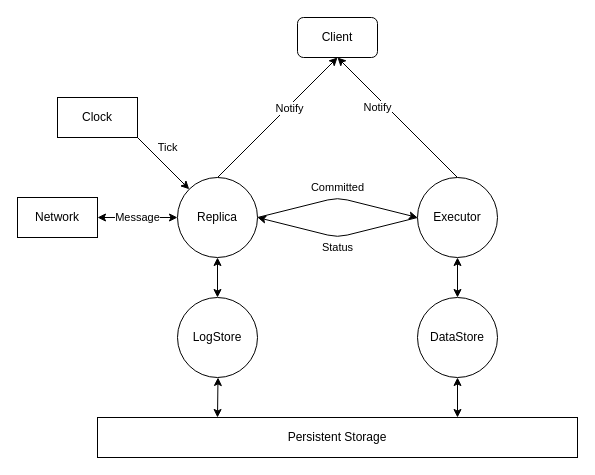
The draw.io diagram docs/architecture/architecture.drawio in Nugine/epkv, before the edit. Source tidied: cells renumbered, new cells numbered last; positions are measured from the earlier drawing's top-left corner, leaving out a move shared by most shapes. Both pictures are drawn from the tidied source at 100%, with x=0, y=0 at pixel (17, 17).
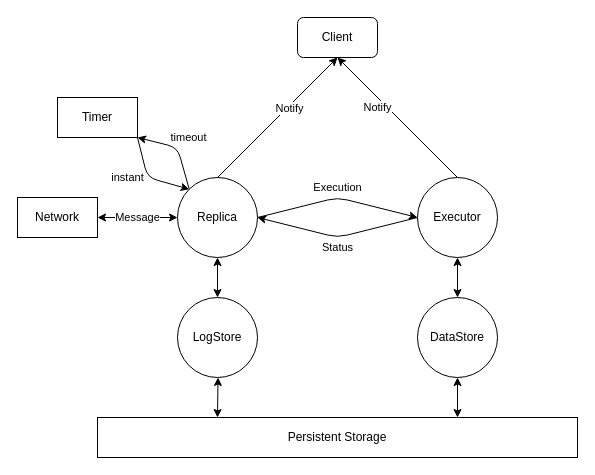
Above is the later version.

Unchanged cells that the change refers to:
```xml
<mxCell id="11" value="Replica" style="ellipse;whiteSpace=wrap;html=1;" parent="1" vertex="1">
  <mxGeometry x="160" y="160" width="80" height="80" as="geometry" />
</mxCell>
<mxCell id="15" value="Executor" style="ellipse;whiteSpace=wrap;html=1;" parent="1" vertex="1">
  <mxGeometry x="400" y="160" width="80" height="80" as="geometry" />
</mxCell>
```

Diff of the diagram source:
```diff
@@
-    <mxCell id="9" value="Committed" style="edgeStyle=none;html=1;exitX=1;exitY=0.5;exitDx=0;exitDy=0;startArrow=none;startFill=0;entryX=0;entryY=0.5;entryDx=0;entryDy=0;" parent="1" edge="1" source="11" target="15">
+    <mxCell id="9" value="Execution" style="edgeStyle=none;html=1;exitX=1;exitY=0.5;exitDx=0;exitDy=0;startArrow=none;startFill=0;entryX=0;entryY=0.5;entryDx=0;entryDy=0;" parent="1" edge="1" source="11" target="15">
       <mxGeometry y="10" relative="1" as="geometry">
         <Array as="points">
           <mxPoint x="320" y="180" />
         </Array>
         <mxPoint x="-2" as="offset" />
       </mxGeometry>
     </mxCell>
@@
+    <mxCell id="20" value="timeout" style="edgeStyle=none;html=1;exitX=0;exitY=0;exitDx=0;exitDy=0;entryX=1;entryY=1;entryDx=0;entryDy=0;" parent="1" edge="1" source="11" target="19">
+      <mxGeometry x="0.02" y="-14" relative="1" as="geometry">
+        <Array as="points">
+          <mxPoint x="160" y="130" />
+        </Array>
+        <mxPoint x="7" y="4" as="offset" />
+      </mxGeometry>
+    </mxCell>
@@
-    <mxCell id="16" value="Tick" style="edgeStyle=none;html=1;startArrow=none;startFill=0;entryX=0;entryY=0;entryDx=0;entryDy=0;exitX=1;exitY=1;exitDx=0;exitDy=0;" parent="1" edge="1" source="19" target="11">
-      <mxGeometry x="-0.23" y="14" relative="1" as="geometry" />
+    <mxCell id="16" value="instant" style="edgeStyle=none;html=1;startArrow=none;startFill=0;entryX=0;entryY=0;entryDx=0;entryDy=0;exitX=1;exitY=1;exitDx=0;exitDy=0;" parent="1" edge="1" source="19" target="11">
+      <mxGeometry x="-0.14" y="-19" relative="1" as="geometry">
+        <Array as="points">
+          <mxPoint x="130" y="160" />
+        </Array>
+      </mxGeometry>
     </mxCell>
@@
-    <mxCell id="19" value="Clock" style="rounded=0;whiteSpace=wrap;html=1;" parent="1" vertex="1">
+    <mxCell id="19" value="Timer" style="rounded=0;whiteSpace=wrap;html=1;" parent="1" vertex="1">
       <mxGeometry x="40" y="80" width="80" height="40" as="geometry" />
     </mxCell>
```
